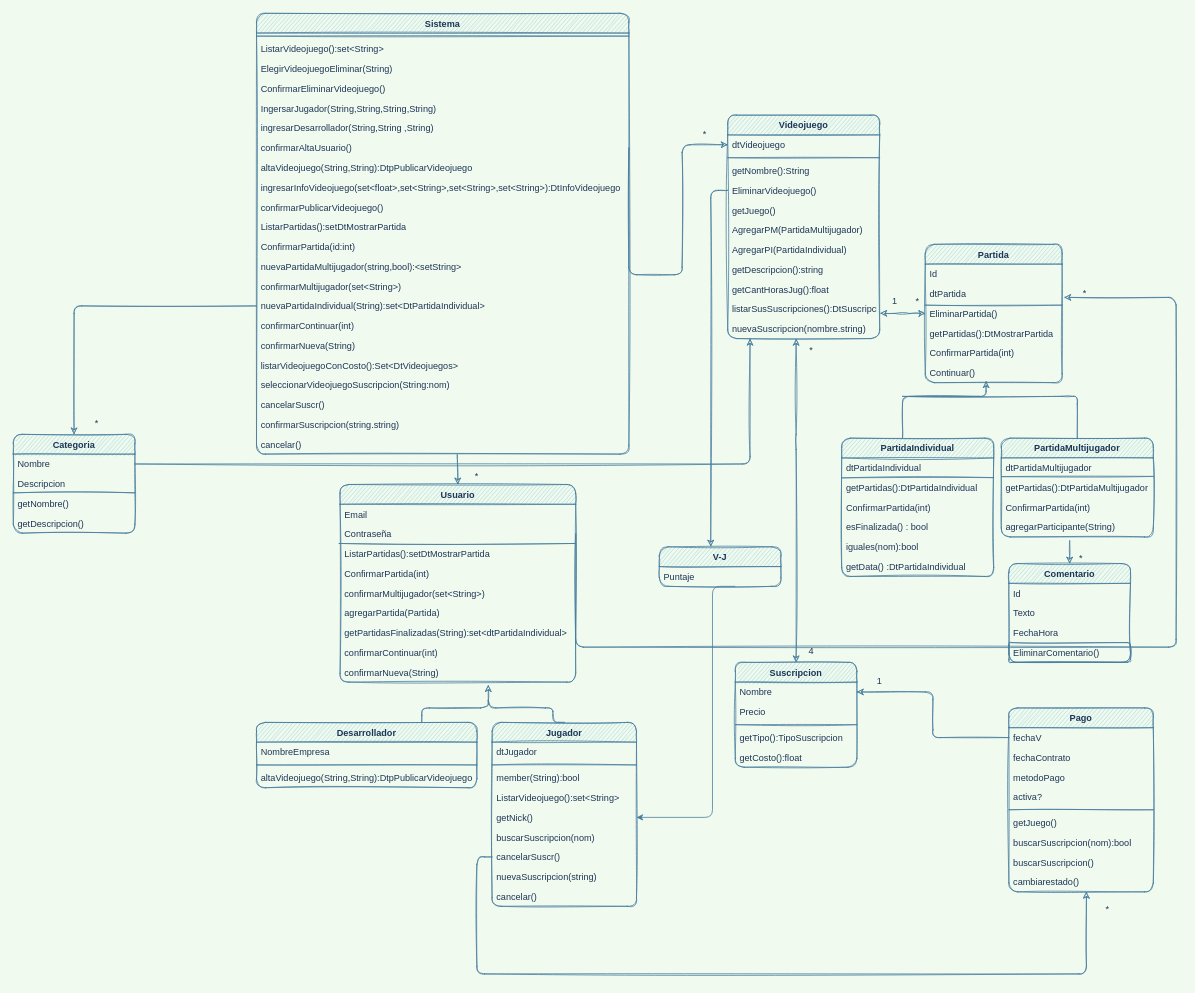
This is UML.drawio from CintiaLeal/Laboratorio_PA, a draw.io file, before an edit. Source tidied: cells renumbered, new cells numbered last; positions are measured from the earlier drawing's top-left corner, leaving out a move shared by most shapes. Both pictures are drawn from the tidied source at 76%, with x=0, y=0 at pixel (13, 13).
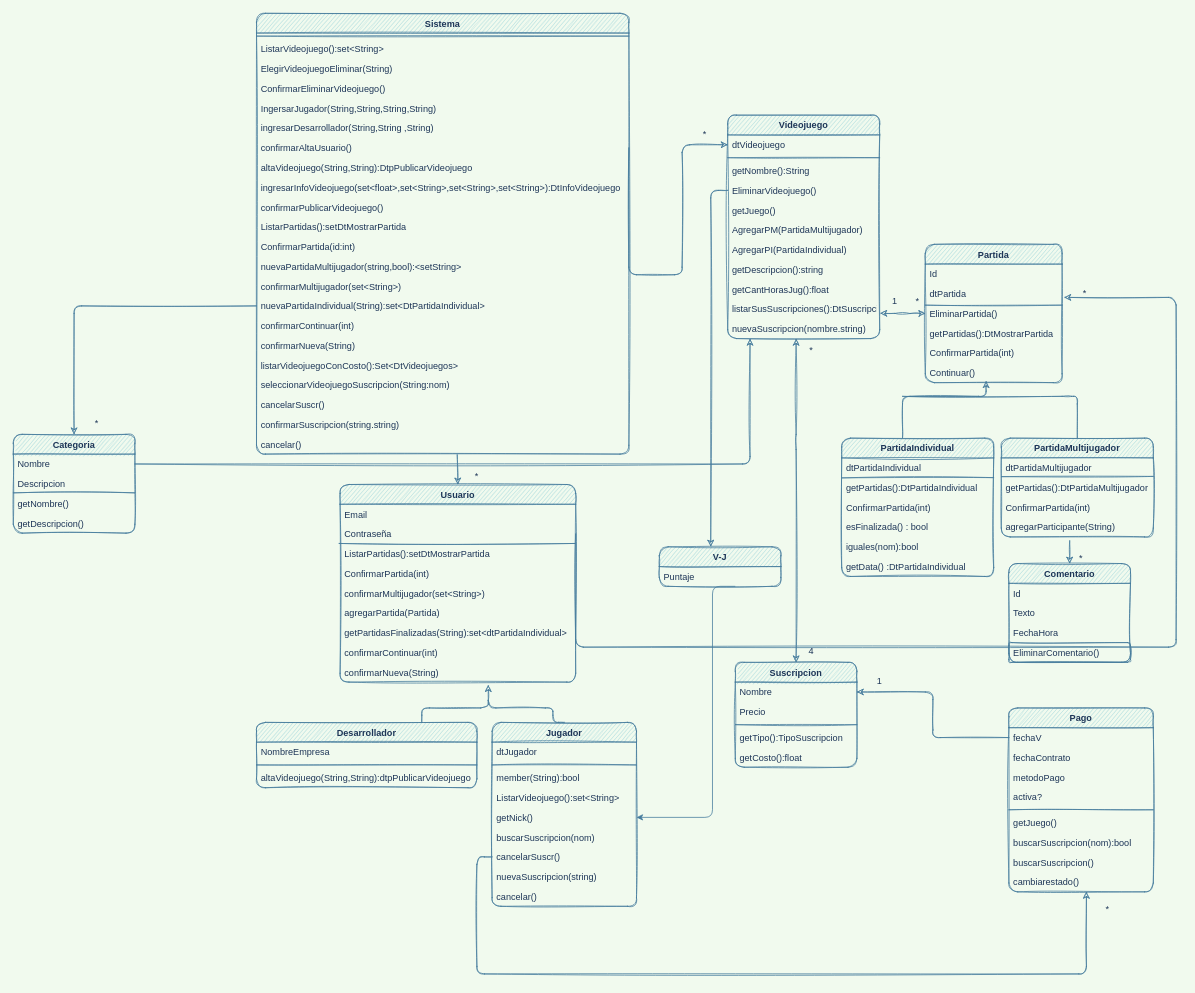
The same page after the edit.

Unchanged cells that the change refers to:
```xml
<mxCell id="92" value="Desarrollador" style="swimlane;fontStyle=1;align=center;verticalAlign=top;horizontal=1;startSize=26;fillColor=#A8DADC;strokeColor=#457B9D;fontColor=#1D3557;sketch=1;rounded=1;" parent="1" vertex="1">
  <mxGeometry x="320" y="933" width="290" height="86" as="geometry" />
</mxCell>
```

Change to the diagram source:
```diff
@@
-    <mxCell id="95" value="altaVideojuego(String,String):DtpPublicarVideojuego" style="text;strokeColor=none;fillColor=none;align=left;verticalAlign=top;spacingLeft=4;spacingRight=4;overflow=hidden;fontColor=#1D3557;sketch=1;rounded=1;" parent="92" vertex="1">
+    <mxCell id="95" value="altaVideojuego(String,String):dtpPublicarVideojuego" style="text;strokeColor=none;fillColor=none;align=left;verticalAlign=top;spacingLeft=4;spacingRight=4;overflow=hidden;fontColor=#1D3557;sketch=1;rounded=1;" parent="92" vertex="1">
       <mxGeometry y="60" width="290" height="26" as="geometry" />
     </mxCell>
```
